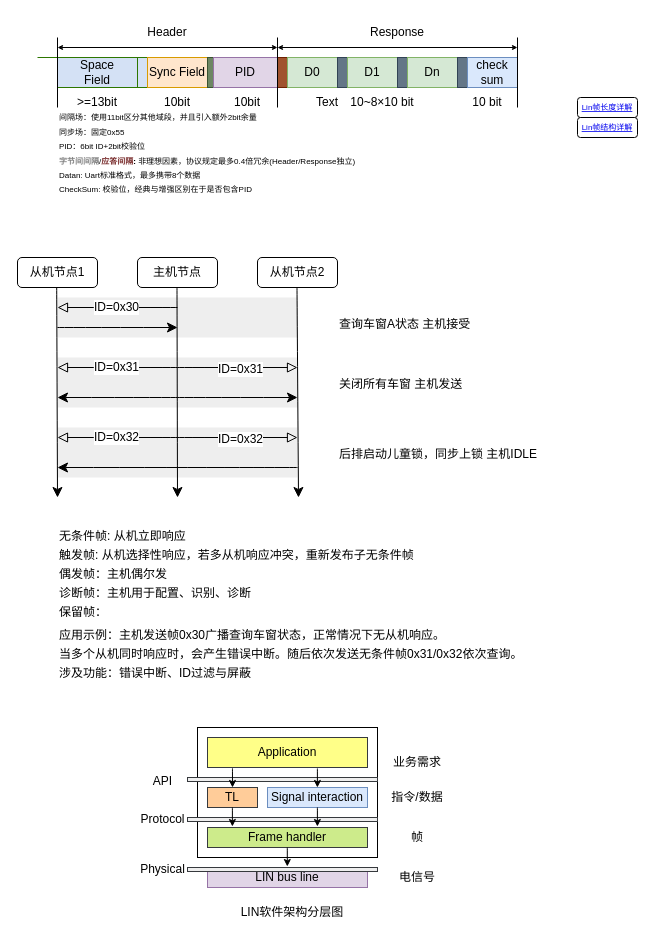
This is page "第 2 页" (2 of 3) of drawio/flexlin.drawio from iceyxy/flow-chart-drawio, a draw.io file, before an edit. Source tidied: cells renumbered, new cells numbered last; positions are measured from the earlier drawing's top-left corner, leaving out a move shared by most shapes. Both pictures are drawn from the tidied source at 100%, with x=0, y=0 at pixel (17, 17).
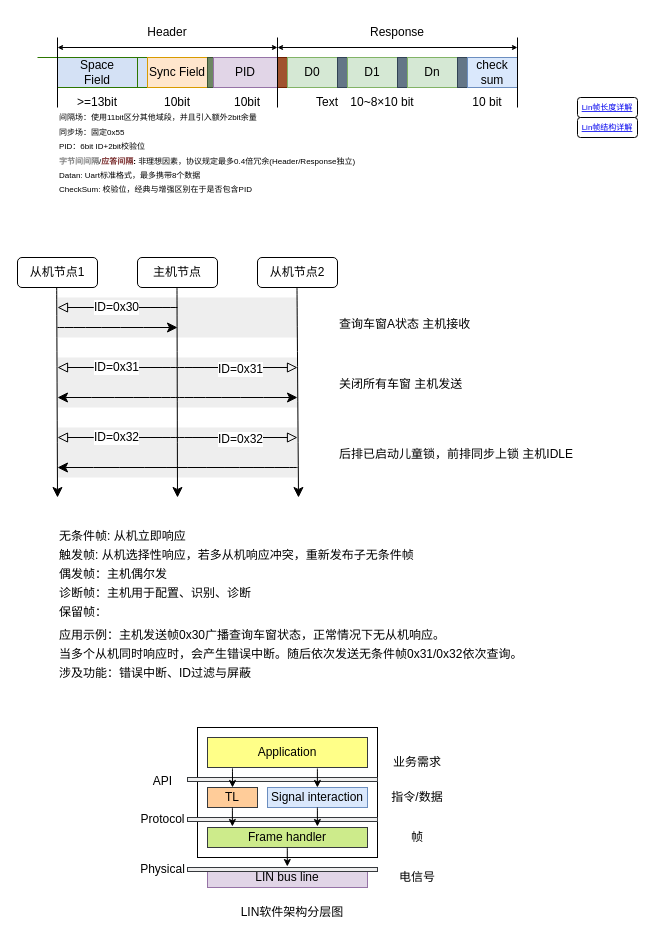
After the change.

The edit, as a diff of the source:
```diff
@@
-    <mxCell id="61" value="&lt;font style=&quot;font-size: 12px;&quot;&gt;查询车窗A状态&amp;nbsp;主机接受&lt;/font&gt;" style="text;html=1;align=left;verticalAlign=middle;strokeColor=none;fillColor=none;fontSize=16;" parent="1" vertex="1">
+    <mxCell id="61" value="&lt;font style=&quot;font-size: 12px;&quot;&gt;查询车窗A状态&amp;nbsp;主机接收&lt;/font&gt;" style="text;html=1;align=left;verticalAlign=middle;strokeColor=none;fillColor=none;fontSize=16;" parent="1" vertex="1">
       <mxGeometry x="320" y="290" width="150" height="30" as="geometry" />
     </mxCell>
@@
-    <mxCell id="63" value="&lt;span style=&quot;font-size: 12px;&quot;&gt;后排启动儿童锁，同步上锁&amp;nbsp;主机IDLE&lt;/span&gt;" style="text;html=1;align=left;verticalAlign=middle;strokeColor=none;fillColor=none;fontSize=16;" parent="1" vertex="1">
-      <mxGeometry x="320" y="420" width="220" height="30" as="geometry" />
+    <mxCell id="63" value="&lt;span style=&quot;font-size: 12px;&quot;&gt;后排已启动儿童锁，前排同步上锁&amp;nbsp;主机IDLE&lt;/span&gt;" style="text;html=1;align=left;verticalAlign=middle;strokeColor=none;fillColor=none;fontSize=16;" parent="1" vertex="1">
+      <mxGeometry x="320" y="420" width="260" height="30" as="geometry" />
     </mxCell>
```
